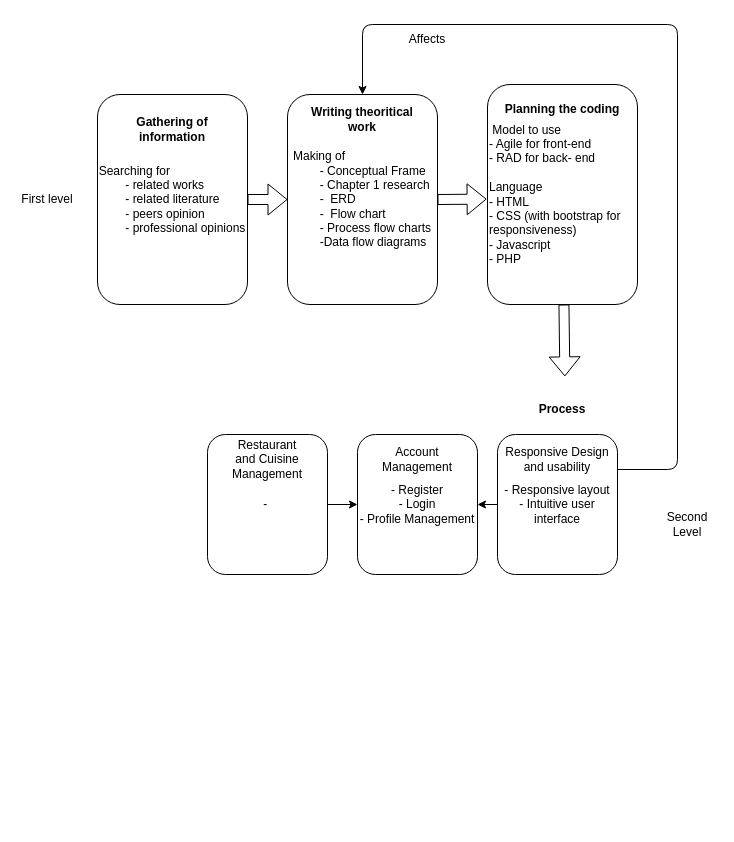
AriesJ12/Full-fledge-website-first- keeps this draw.io diagram as conceptual.drawio. Above is the earlier version. Source tidied: cells renumbered, new cells numbered last; positions are measured from the earlier drawing's top-left corner, leaving out a move shared by most shapes. Both pictures are drawn from the tidied source at 100%, with x=0, y=0 at pixel (17, 24).
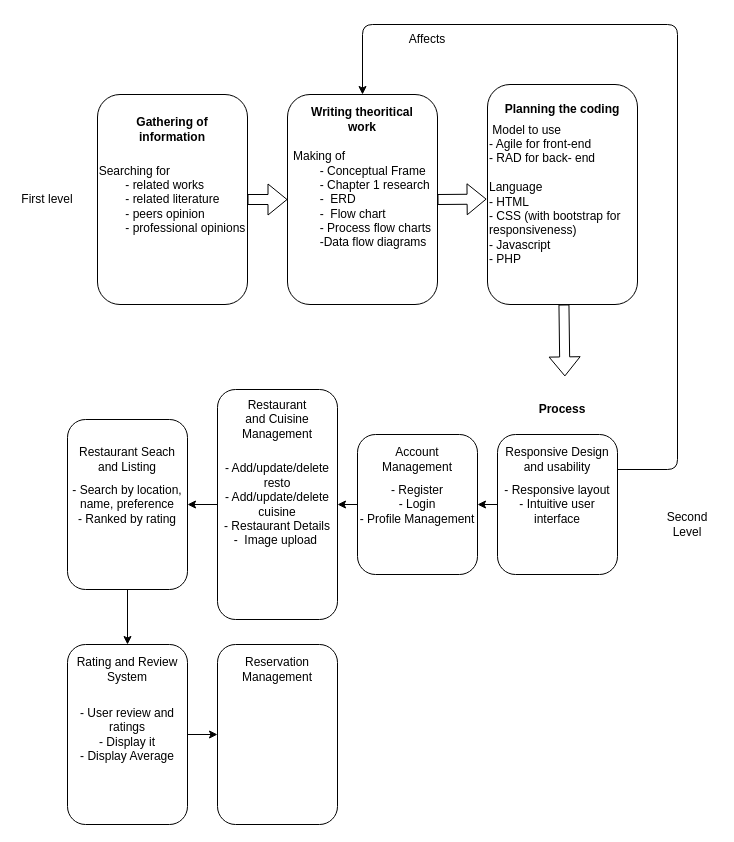
The same page after the edit.

Unchanged cells that the change refers to:
```xml
<mxCell id="20" value="- Register&lt;br&gt;- Login&lt;br&gt;- Profile Management" style="rounded=1;whiteSpace=wrap;html=1;" parent="1" vertex="1">
  <mxGeometry x="340" y="410" width="120" height="140" as="geometry" />
</mxCell>
```

The edit, as a diff of the source:
```diff
@@
-    <mxCell id="19" style="edgeStyle=none;html=1;exitX=0;exitY=0.5;exitDx=0;exitDy=0;entryX=1;entryY=0.5;entryDx=0;entryDy=0;startArrow=classic;startFill=1;endArrow=none;endFill=0;" parent="1" edge="1" source="20" target="22">
-      <mxGeometry relative="1" as="geometry" />
-    </mxCell>
@@
+    <mxCell id="24" style="edgeStyle=none;html=1;exitX=1;exitY=0.5;exitDx=0;exitDy=0;entryX=0;entryY=0.5;entryDx=0;entryDy=0;startArrow=classic;startFill=1;endArrow=none;endFill=0;" parent="1" edge="1" source="22" target="20">
+      <mxGeometry relative="1" as="geometry" />
+    </mxCell>
+    <mxCell id="25" style="edgeStyle=none;html=1;exitX=1;exitY=0.5;exitDx=0;exitDy=0;entryX=0;entryY=0.5;entryDx=0;entryDy=0;startArrow=classic;startFill=1;endArrow=none;endFill=0;" parent="1" edge="1" source="27" target="22">
+      <mxGeometry relative="1" as="geometry" />
+    </mxCell>
-    <mxCell id="22" value="-&amp;nbsp;" style="rounded=1;whiteSpace=wrap;html=1;" parent="1" vertex="1">
-      <mxGeometry x="190" y="410" width="120" height="140" as="geometry" />
+    <mxCell id="22" value="- Add/update/delete resto&lt;br&gt;- Add/update/delete cuisine&lt;br&gt;- Restaurant Details&lt;br&gt;-&amp;nbsp; Image upload&amp;nbsp;" style="rounded=1;whiteSpace=wrap;html=1;" parent="1" vertex="1">
+      <mxGeometry x="200" y="365" width="120" height="230" as="geometry" />
     </mxCell>
     <mxCell id="23" value="Restaurant and Cuisine Management" style="text;html=1;strokeColor=none;fillColor=none;align=center;verticalAlign=middle;whiteSpace=wrap;rounded=0;" parent="1" vertex="1">
-      <mxGeometry x="220" y="420" width="60" height="30" as="geometry" />
+      <mxGeometry x="230" y="380" width="60" height="30" as="geometry" />
     </mxCell>
+    <mxCell id="26" style="edgeStyle=none;html=1;exitX=0.5;exitY=0;exitDx=0;exitDy=0;entryX=0.5;entryY=1;entryDx=0;entryDy=0;startArrow=classic;startFill=1;endArrow=none;endFill=0;" parent="1" edge="1" source="30" target="27">
+      <mxGeometry relative="1" as="geometry" />
+    </mxCell>
+    <mxCell id="27" value="- Search by location, name, preference&lt;br&gt;- Ranked by rating" style="rounded=1;whiteSpace=wrap;html=1;" parent="1" vertex="1">
+      <mxGeometry x="50" y="395" width="120" height="170" as="geometry" />
+    </mxCell>
+    <mxCell id="28" value="Restaurant Seach and Listing" style="text;html=1;strokeColor=none;fillColor=none;align=center;verticalAlign=middle;whiteSpace=wrap;rounded=0;" parent="1" vertex="1">
+      <mxGeometry x="50" y="420" width="120" height="30" as="geometry" />
+    </mxCell>
+    <mxCell id="29" style="edgeStyle=none;html=1;exitX=0;exitY=0.5;exitDx=0;exitDy=0;entryX=1;entryY=0.5;entryDx=0;entryDy=0;startArrow=classic;startFill=1;endArrow=none;endFill=0;" parent="1" edge="1" source="32" target="30">
+      <mxGeometry relative="1" as="geometry" />
+    </mxCell>
+    <mxCell id="30" value="- User review and ratings&lt;br&gt;- Display it&lt;br&gt;- Display Average" style="rounded=1;whiteSpace=wrap;html=1;" parent="1" vertex="1">
+      <mxGeometry x="50" y="620" width="120" height="180" as="geometry" />
+    </mxCell>
+    <mxCell id="31" value="Rating and Review System" style="text;html=1;strokeColor=none;fillColor=none;align=center;verticalAlign=middle;whiteSpace=wrap;rounded=0;" parent="1" vertex="1">
+      <mxGeometry x="50" y="630" width="120" height="30" as="geometry" />
+    </mxCell>
+    <mxCell id="32" style="rounded=1;whiteSpace=wrap;html=1;" parent="1" vertex="1">
+      <mxGeometry x="200" y="620" width="120" height="180" as="geometry" />
+    </mxCell>
+    <mxCell id="33" value="Reservation Management" style="text;html=1;strokeColor=none;fillColor=none;align=center;verticalAlign=middle;whiteSpace=wrap;rounded=0;" parent="1" vertex="1">
+      <mxGeometry x="200" y="630" width="120" height="30" as="geometry" />
+    </mxCell>
```
